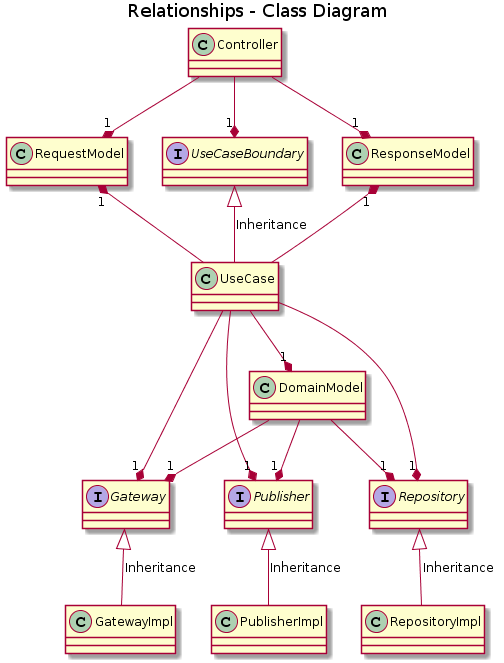
Earlier version of the PlantUML export classdiagram.png (nhmendes/checkout-basket).
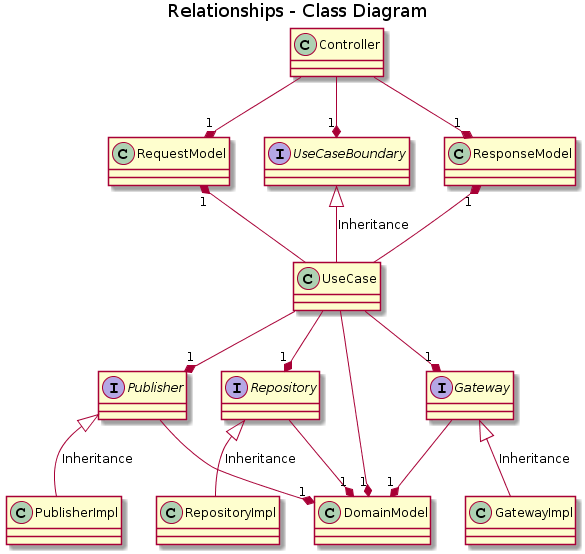
After the change.

Commit message:
fixed class diagram relations

Change to the diagram source:
```diff
@@ -28,9 +28,9 @@
 
 DomainModel "1" *-up- UseCase
 
-Gateway "1" *-up- DomainModel
-Repository "1" *-up- DomainModel
-Publisher "1" *-up- DomainModel
+DomainModel "1" *-up- Gateway
+DomainModel "1" *-up- Repository
+DomainModel "1" *-up- Publisher
 
 Gateway <|-down- GatewayImpl: Inheritance
 Repository <|-down- RepositoryImpl: Inheritance
```
